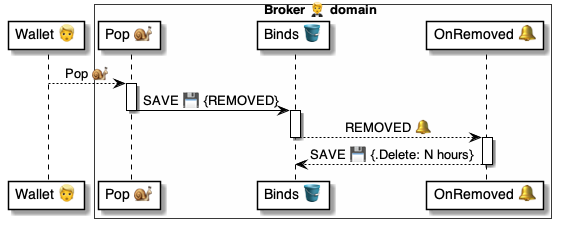
Earlier version of the PlantUML export 4 ⚙️ Solution/20 🧑‍🦰 UI/Brokers 🤵/🤵🪣 Broker tables/Binds 🔗 table/🪣🔔 6 Removed/🤵 OnBindRemoved ⚙️ uml.png (pollyweb-org/pollyweb-docs). Its source is kept beside it as 4 ⚙️ Solution/20 🧑‍🦰 UI/Brokers 🤵/🤵🪣 Broker tables/Binds 🔗 table/🪣🔔 6 Removed/🤵 OnBindRemoved ⚙️ uml.puml.
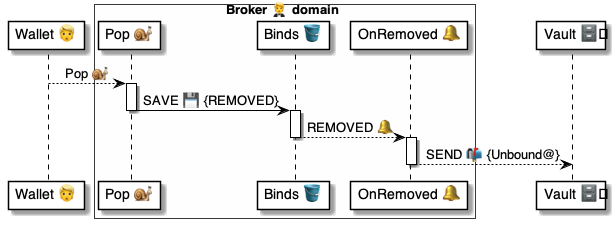
Above is the later version.

What changed in the source:
```diff
@@ -7,6 +7,7 @@
     participant "Binds 🪣" as binds
     participant "OnRemoved 🔔" as handler
 end box
+participant "Vault 🗄️" as vault
 
 
 wallet --> script: Pop 🐌
@@ -20,7 +21,7 @@
 deactivate binds
 
 activate handler
-    handler --> binds: SAVE 💾 {.Delete: N hours}
+    handler --> vault: SEND 📬 {Unbound@}
 deactivate handler
 
 @enduml
```
